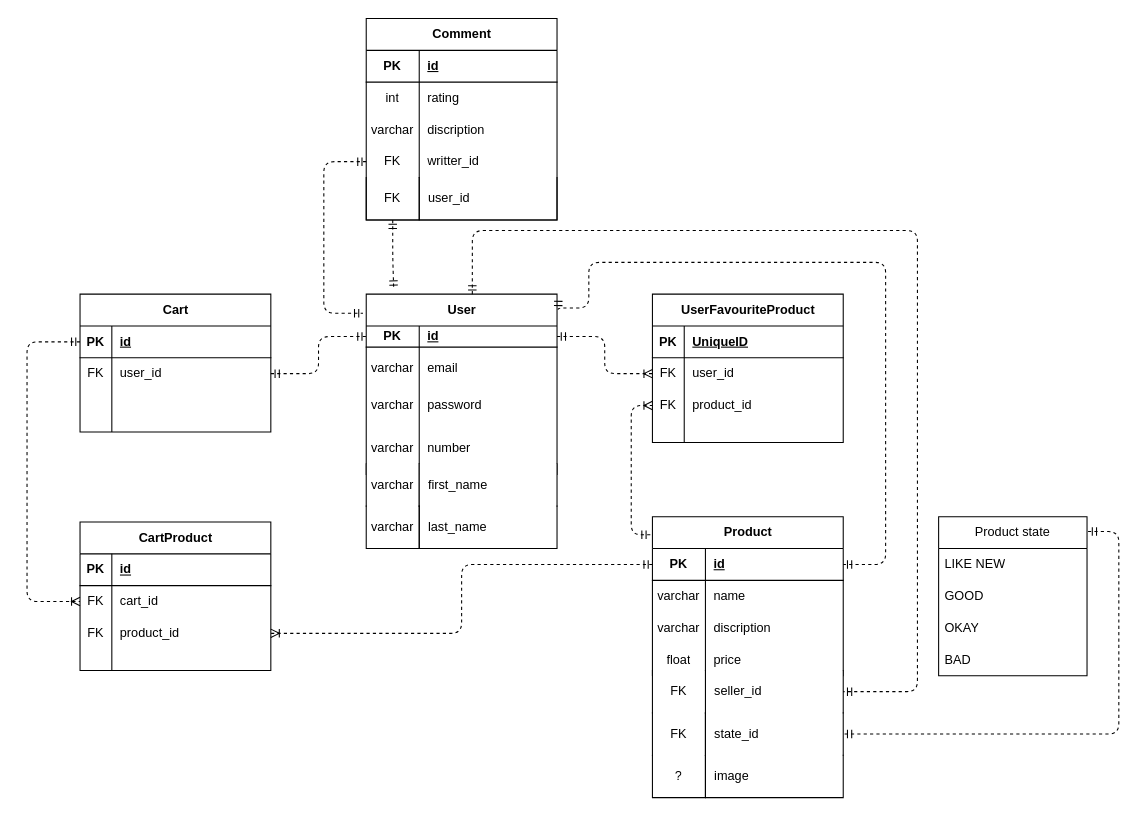
Boon40/SellBy keeps this draw.io diagram as SellBy Documents/SellByDB.drawio. Above is the earlier version. Source tidied: cells renumbered, new cells numbered last; positions are measured from the earlier drawing's top-left corner, leaving out a move shared by most shapes. Both pictures are drawn from the tidied source at 106%, with x=0, y=0 at pixel (26, 18).
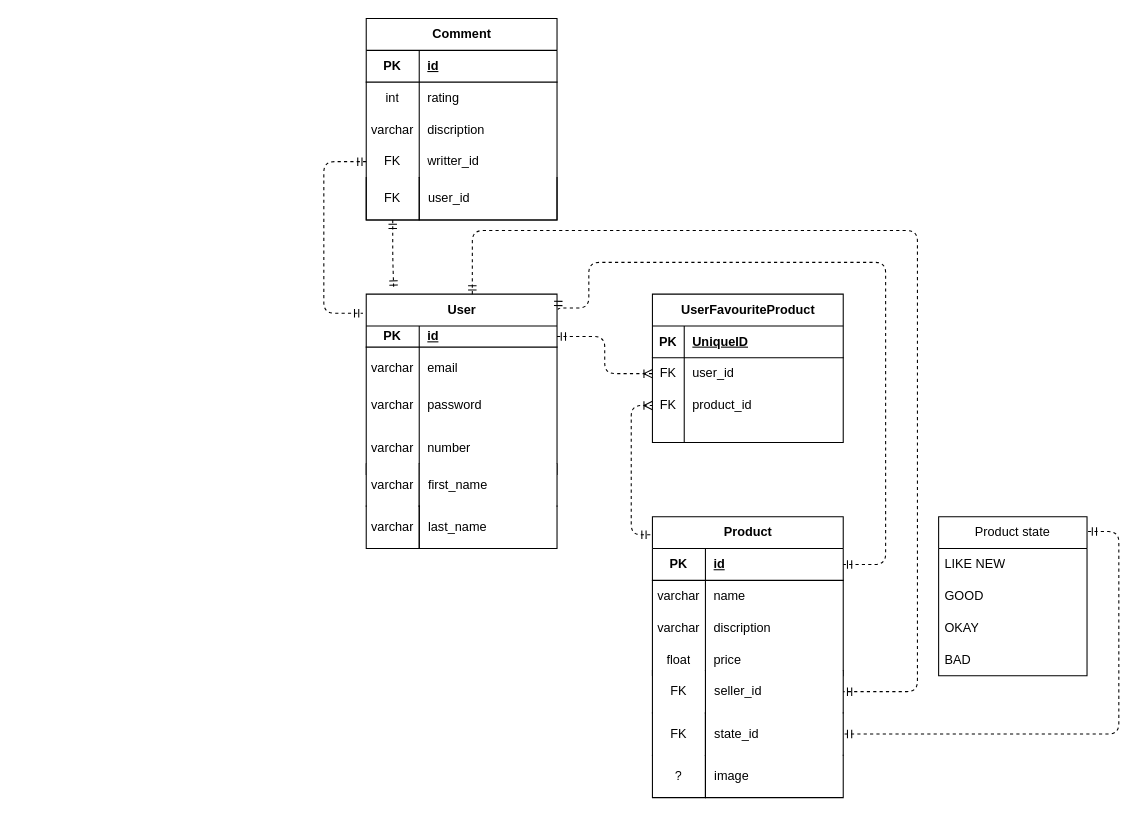
Above is the later version.

Unchanged cells that the change refers to:
```xml
<mxCell id="4" style="shape=tableRow;horizontal=0;startSize=0;swimlaneHead=0;swimlaneBody=0;fillColor=none;points=[[0,0.5],[1,0.5]];portConstraint=eastwest;top=0;left=0;right=0;bottom=1;" parent="3" vertex="1">
  <mxGeometry y="30" width="180" height="20" as="geometry" />
</mxCell>
<mxCell id="43" style="shape=tableRow;horizontal=0;startSize=0;swimlaneHead=0;swimlaneBody=0;fillColor=none;points=[[0,0.5],[1,0.5]];portConstraint=eastwest;top=0;left=0;right=0;bottom=1;" parent="42" vertex="1">
  <mxGeometry y="30" width="180" height="30" as="geometry" />
</mxCell>
```

Change to the diagram source:
```diff
@@
-    <mxCell id="29" value="Cart" style="shape=table;startSize=30;childLayout=tableLayout;rowLines=0;fontStyle=1;align=center;html=1;" parent="1" vertex="1">
-      <mxGeometry x="50" y="260" width="180" height="130" as="geometry" />
-    </mxCell>
-    <mxCell id="30" style="shape=tableRow;horizontal=0;startSize=0;swimlaneHead=0;swimlaneBody=0;fillColor=none;points=[[0,0.5],[1,0.5]];portConstraint=eastwest;top=0;left=0;right=0;bottom=1;" parent="29" vertex="1">
-      <mxGeometry y="30" width="180" height="30" as="geometry" />
-    </mxCell>
-    <mxCell id="31" value="PK" style="shape=partialRectangle;fillColor=none;top=0;left=0;bottom=0;right=0;fontStyle=1;overflow=hidden;whiteSpace=wrap;html=1;" parent="30" vertex="1">
-      <mxGeometry width="30" height="30" as="geometry" />
-    </mxCell>
-    <mxCell id="32" value="id" style="shape=partialRectangle;fillColor=none;top=0;left=0;bottom=0;right=0;align=left;spacingLeft=6;fontStyle=5;overflow=hidden;whiteSpace=wrap;html=1;" parent="30" vertex="1">
-      <mxGeometry x="30" width="150" height="30" as="geometry" />
-    </mxCell>
-    <mxCell id="33" style="shape=tableRow;horizontal=0;startSize=0;swimlaneHead=0;swimlaneBody=0;fillColor=none;points=[[0,0.5],[1,0.5]];portConstraint=eastwest;top=0;left=0;right=0;bottom=0;" parent="29" vertex="1">
-      <mxGeometry y="60" width="180" height="30" as="geometry" />
-    </mxCell>
-    <mxCell id="34" value="FK" style="shape=partialRectangle;fillColor=none;top=0;left=0;bottom=0;right=0;overflow=hidden;whiteSpace=wrap;html=1;" parent="33" vertex="1">
-      <mxGeometry width="30" height="30" as="geometry" />
-    </mxCell>
-    <mxCell id="35" value="user_id" style="shape=partialRectangle;fillColor=none;top=0;left=0;bottom=0;right=0;align=left;spacingLeft=6;overflow=hidden;whiteSpace=wrap;html=1;" parent="33" vertex="1">
-      <mxGeometry x="30" width="150" height="30" as="geometry" />
-    </mxCell>
-    <mxCell id="36" style="shape=tableRow;horizontal=0;startSize=0;swimlaneHead=0;swimlaneBody=0;fillColor=none;top=0;left=0;right=0;bottom=0;" parent="29" vertex="1">
-      <mxGeometry y="90" width="180" height="20" as="geometry" />
-    </mxCell>
-    <mxCell id="37" style="shape=partialRectangle;fillColor=none;top=0;left=0;bottom=0;right=0;overflow=hidden;whiteSpace=wrap;html=1;" parent="36" vertex="1">
-      <mxGeometry width="30" height="20" as="geometry" />
-    </mxCell>
-    <mxCell id="38" style="shape=partialRectangle;fillColor=none;top=0;left=0;bottom=0;right=0;align=left;spacingLeft=6;overflow=hidden;whiteSpace=wrap;html=1;" parent="36" vertex="1">
-      <mxGeometry x="30" width="150" height="20" as="geometry" />
-    </mxCell>
-    <mxCell id="39" style="shape=tableRow;horizontal=0;startSize=0;swimlaneHead=0;swimlaneBody=0;fillColor=none;top=0;left=0;right=0;bottom=0;" parent="29" vertex="1">
-      <mxGeometry y="110" width="180" height="20" as="geometry" />
-    </mxCell>
-    <mxCell id="40" style="shape=partialRectangle;fillColor=none;top=0;left=0;bottom=0;right=0;overflow=hidden;whiteSpace=wrap;html=1;" parent="39" vertex="1">
-      <mxGeometry width="30" height="20" as="geometry" />
-    </mxCell>
-    <mxCell id="41" style="shape=partialRectangle;fillColor=none;top=0;left=0;bottom=0;right=0;align=left;spacingLeft=6;overflow=hidden;whiteSpace=wrap;html=1;" parent="39" vertex="1">
-      <mxGeometry x="30" width="150" height="20" as="geometry" />
-    </mxCell>
@@
-    <mxCell id="68" value="CartProduct" style="shape=table;startSize=30;childLayout=tableLayout;rowLines=0;fontStyle=1;align=center;html=1;" parent="1" vertex="1">
-      <mxGeometry x="50" y="475" width="180" height="140" as="geometry" />
-    </mxCell>
-    <mxCell id="69" style="shape=tableRow;horizontal=0;startSize=0;swimlaneHead=0;swimlaneBody=0;fillColor=none;top=0;left=0;right=0;bottom=1;" parent="68" vertex="1">
-      <mxGeometry y="30" width="180" height="30" as="geometry" />
-    </mxCell>
-    <mxCell id="70" value="PK" style="shape=partialRectangle;fillColor=none;top=0;left=0;bottom=0;right=0;fontStyle=1;overflow=hidden;whiteSpace=wrap;html=1;" parent="69" vertex="1">
-      <mxGeometry width="30" height="30" as="geometry" />
-    </mxCell>
-    <mxCell id="71" value="id" style="shape=partialRectangle;fillColor=none;top=0;left=0;bottom=0;right=0;align=left;spacingLeft=6;fontStyle=5;overflow=hidden;whiteSpace=wrap;html=1;" parent="69" vertex="1">
-      <mxGeometry x="30" width="150" height="30" as="geometry" />
-    </mxCell>
-    <mxCell id="72" style="shape=tableRow;horizontal=0;startSize=0;swimlaneHead=0;swimlaneBody=0;fillColor=none;points=[[0,0.5],[1,0.5]];portConstraint=eastwest;top=0;left=0;right=0;bottom=0;" parent="68" vertex="1">
-      <mxGeometry y="60" width="180" height="30" as="geometry" />
-    </mxCell>
-    <mxCell id="73" value="FK" style="shape=partialRectangle;fillColor=none;top=0;left=0;bottom=0;right=0;overflow=hidden;whiteSpace=wrap;html=1;" parent="72" vertex="1">
-      <mxGeometry width="30" height="30" as="geometry" />
-    </mxCell>
-    <mxCell id="74" value="cart_id" style="shape=partialRectangle;fillColor=none;top=0;left=0;bottom=0;right=0;align=left;spacingLeft=6;overflow=hidden;whiteSpace=wrap;html=1;" parent="72" vertex="1">
-      <mxGeometry x="30" width="150" height="30" as="geometry" />
-    </mxCell>
-    <mxCell id="75" style="shape=tableRow;horizontal=0;startSize=0;swimlaneHead=0;swimlaneBody=0;fillColor=none;points=[[0,0.5],[1,0.5]];portConstraint=eastwest;top=0;left=0;right=0;bottom=0;" parent="68" vertex="1">
-      <mxGeometry y="90" width="180" height="30" as="geometry" />
-    </mxCell>
-    <mxCell id="76" value="FK" style="shape=partialRectangle;fillColor=none;top=0;left=0;bottom=0;right=0;overflow=hidden;whiteSpace=wrap;html=1;" parent="75" vertex="1">
-      <mxGeometry width="30" height="30" as="geometry" />
-    </mxCell>
-    <mxCell id="77" value="product_id" style="shape=partialRectangle;fillColor=none;top=0;left=0;bottom=0;right=0;align=left;spacingLeft=6;overflow=hidden;whiteSpace=wrap;html=1;" parent="75" vertex="1">
-      <mxGeometry x="30" width="150" height="30" as="geometry" />
-    </mxCell>
-    <mxCell id="78" style="shape=tableRow;horizontal=0;startSize=0;swimlaneHead=0;swimlaneBody=0;fillColor=none;top=0;left=0;right=0;bottom=0;" parent="68" vertex="1">
-      <mxGeometry y="120" width="180" height="20" as="geometry" />
-    </mxCell>
-    <mxCell id="79" style="shape=partialRectangle;fillColor=none;top=0;left=0;bottom=0;right=0;overflow=hidden;whiteSpace=wrap;html=1;" parent="78" vertex="1">
-      <mxGeometry width="30" height="20" as="geometry" />
-    </mxCell>
-    <mxCell id="80" style="shape=partialRectangle;fillColor=none;top=0;left=0;bottom=0;right=0;align=left;spacingLeft=6;overflow=hidden;whiteSpace=wrap;html=1;" parent="78" vertex="1">
-      <mxGeometry x="30" width="150" height="20" as="geometry" />
-    </mxCell>
@@
-    <mxCell id="91" style="edgeStyle=orthogonalEdgeStyle;html=1;entryX=1;entryY=0.5;dashed=1;labelBackgroundColor=none;startArrow=ERmandOne;endArrow=ERoneToMany;fontFamily=Verdana;fontSize=12;align=left;entryDx=0;entryDy=0;exitX=0;exitY=0.5;exitDx=0;exitDy=0;" parent="1" edge="1" source="43" target="75">
-      <mxGeometry relative="1" as="geometry">
-        <Array as="points">
-          <mxPoint x="410" y="515" />
-          <mxPoint x="410" y="580" />
-        </Array>
-      </mxGeometry>
-    </mxCell>
-    <mxCell id="92" style="edgeStyle=orthogonalEdgeStyle;html=1;entryX=0;entryY=0.5;dashed=1;labelBackgroundColor=none;startArrow=ERmandOne;endArrow=ERoneToMany;fontFamily=Verdana;fontSize=12;align=left;exitX=0;exitY=0.5;exitDx=0;exitDy=0;entryDx=0;entryDy=0;" parent="1" edge="1" source="30" target="72">
-      <mxGeometry relative="1" as="geometry">
-        <Array as="points">
-          <mxPoint y="305" />
-          <mxPoint y="550" />
-        </Array>
-      </mxGeometry>
-    </mxCell>
-    <mxCell id="93" style="edgeStyle=orthogonalEdgeStyle;html=1;entryX=0;entryY=0.5;dashed=1;labelBackgroundColor=none;startArrow=ERmandOne;endArrow=ERmandOne;fontFamily=Verdana;fontSize=12;align=left;endFill=0;exitX=1;exitY=0.5;exitDx=0;exitDy=0;entryDx=0;entryDy=0;" parent="1" edge="1" source="33" target="4">
-      <mxGeometry relative="1" as="geometry" />
-    </mxCell>
```
